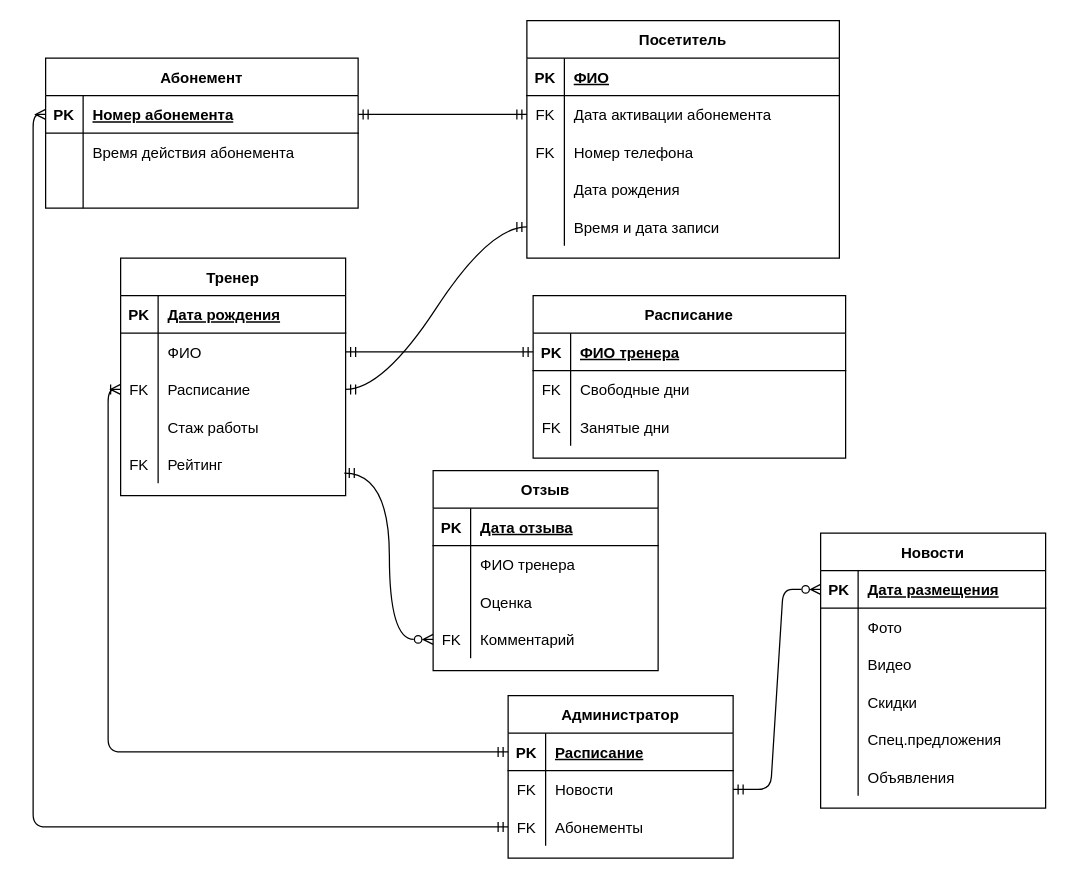
Before: ER-диаграмма 2.drawio in yuliapyrikova/-, a draw.io diagram. Source tidied: cells renumbered, new cells numbered last; positions are measured from the earlier drawing's top-left corner, leaving out a move shared by most shapes. Both pictures are drawn from the tidied source at 125%, with x=0, y=0 at pixel (45, 20).
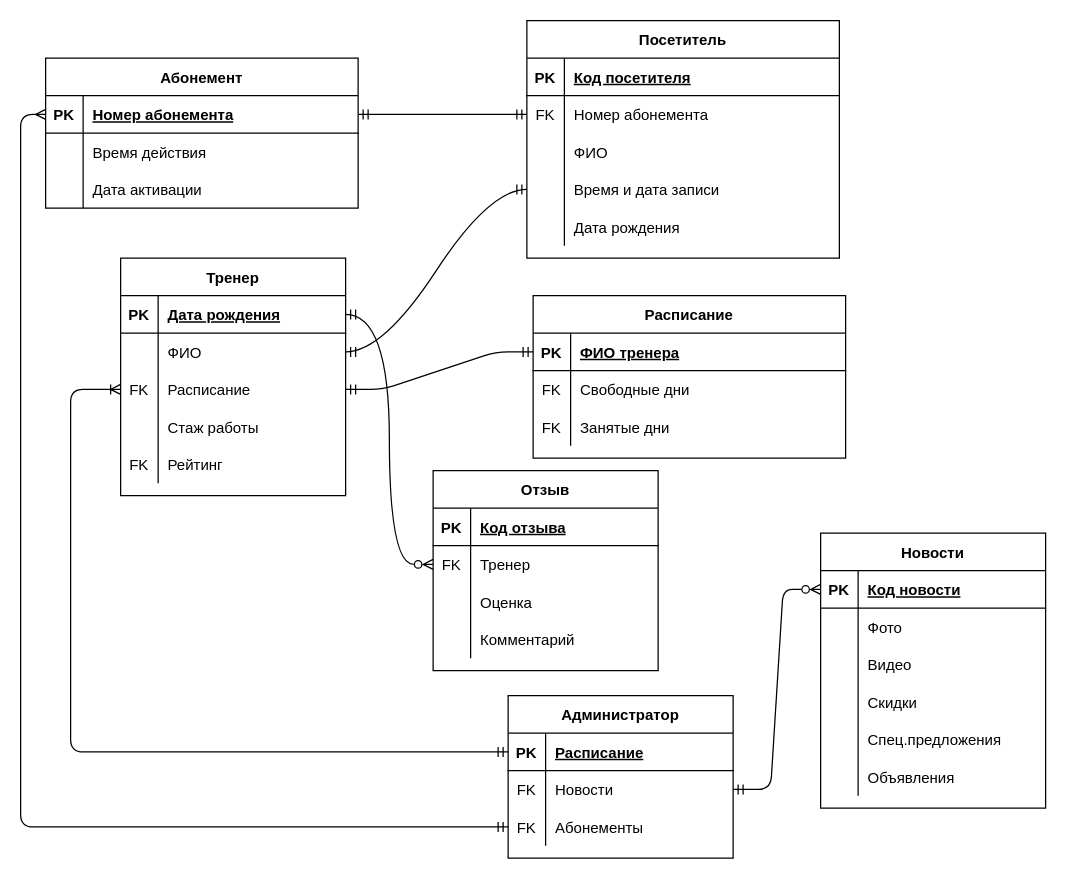
The same diagram, later.

Unchanged cells that the change refers to:
```xml
<mxCell id="2" value="Посетитель" style="shape=table;startSize=30;childLayout=tableLayout;rowLines=0;fontStyle=1;align=center;" parent="1" vertex="1">
  <mxGeometry x="385" width="250" height="190" as="geometry" />
</mxCell>
<mxCell id="3" style="shape=partialRectangle;fillColor=none;top=0;left=0;right=0;bottom=1;" parent="2" vertex="1">
  <mxGeometry y="30" width="250" height="30" as="geometry" />
</mxCell>
<mxCell id="19" style="shape=partialRectangle;fillColor=none;points=[[0,0.5],[1,0.5]];portConstraint=eastwest;top=0;left=0;right=0;bottom=1;" parent="18" vertex="1">
  <mxGeometry y="30" width="250" height="30" as="geometry" />
</mxCell>
<mxCell id="29" style="shape=partialRectangle;fillColor=none;points=[[0,0.5],[1,0.5]];portConstraint=eastwest;top=0;left=0;right=0;bottom=1;" parent="28" vertex="1">
  <mxGeometry y="30" width="250" height="30" as="geometry" />
</mxCell>
<mxCell id="32" style="shape=partialRectangle;fillColor=none;top=0;left=0;bottom=0;right=0;" parent="28" vertex="1">
  <mxGeometry y="60" width="250" height="30" as="geometry" />
</mxCell>
<mxCell id="35" style="shape=partialRectangle;fillColor=none;top=0;left=0;bottom=0;right=0;" parent="28" vertex="1">
  <mxGeometry y="90" width="250" height="30" as="geometry" />
</mxCell>
<mxCell id="40" style="shape=partialRectangle;fillColor=none;top=0;left=0;bottom=1;right=0;points=[[0,0.5],[1,0.5]];portConstraint=eastwest;" parent="39" vertex="1">
  <mxGeometry y="30" width="180" height="30" as="geometry" />
</mxCell>
<mxCell id="43" style="shape=partialRectangle;fillColor=none;top=0;left=0;bottom=0;right=0;points=[[0,0.5],[1,0.5]];portConstraint=eastwest;" parent="39" vertex="1">
  <mxGeometry y="60" width="180" height="30" as="geometry" />
</mxCell>
<mxCell id="46" style="shape=partialRectangle;fillColor=none;top=0;left=0;bottom=0;right=0;points=[[0,0.5],[1,0.5]];portConstraint=eastwest;" parent="39" vertex="1">
  <mxGeometry y="90" width="180" height="30" as="geometry" />
</mxCell>
<mxCell id="52" style="shape=partialRectangle;fillColor=none;top=0;left=0;bottom=0;right=0;points=[[0,0.5],[1,0.5]];portConstraint=eastwest;" parent="39" vertex="1">
  <mxGeometry y="150" width="180" height="30" as="geometry" />
</mxCell>
<mxCell id="57" style="shape=partialRectangle;fillColor=none;top=0;left=0;bottom=1;right=0;" parent="56" vertex="1">
  <mxGeometry y="30" width="180" height="30" as="geometry" />
</mxCell>
<mxCell id="60" style="shape=partialRectangle;fillColor=none;top=0;left=0;bottom=0;right=0;points=[[0,0.5],[1,0.5]];portConstraint=eastwest;" parent="56" vertex="1">
  <mxGeometry y="60" width="180" height="30" as="geometry" />
</mxCell>
<mxCell id="66" style="shape=partialRectangle;fillColor=none;top=0;left=0;bottom=0;right=0;points=[[0,0.5],[1,0.5]];portConstraint=eastwest;" parent="56" vertex="1">
  <mxGeometry y="120" width="180" height="30" as="geometry" />
</mxCell>
<mxCell id="70" style="shape=partialRectangle;fillColor=none;top=0;left=0;bottom=1;right=0;points=[[0,0.5],[1,0.5]];portConstraint=eastwest;" parent="69" vertex="1">
  <mxGeometry y="30" width="180" height="30" as="geometry" />
</mxCell>
<mxCell id="90" style="shape=partialRectangle;fillColor=none;top=0;left=0;bottom=1;right=0;points=[[0,0.5],[1,0.5]];portConstraint=eastwest;" parent="89" vertex="1">
  <mxGeometry y="30" width="180" height="30" as="geometry" />
</mxCell>
<mxCell id="96" style="shape=partialRectangle;fillColor=none;top=0;left=0;bottom=0;right=0;points=[[0,0.5],[1,0.5]];portConstraint=eastwest;" parent="89" vertex="1">
  <mxGeometry y="90" width="180" height="30" as="geometry" />
</mxCell>
```

Change to the diagram source:
```diff
@@
-    <mxCell id="5" value="ФИО" style="shape=partialRectangle;overflow=hidden;fillColor=none;top=0;left=0;bottom=0;right=0;align=left;spacingLeft=6;fontStyle=5;" parent="3" vertex="1">
+    <mxCell id="5" value="Код посетителя" style="shape=partialRectangle;overflow=hidden;fillColor=none;top=0;left=0;bottom=0;right=0;align=left;spacingLeft=6;fontStyle=5;" parent="3" vertex="1">
       <mxGeometry x="30" width="220" height="30" as="geometry" />
     </mxCell>
-    <mxCell id="6" style="shape=partialRectangle;fillColor=none;points=[[0,0.5],[1,0.5]];portConstraint=eastwest;top=0;left=0;right=0;bottom=0;" parent="2" vertex="1">
-      <mxGeometry y="60" width="250" height="30" as="geometry" />
-    </mxCell>
-    <mxCell id="7" value="FK" style="shape=partialRectangle;overflow=hidden;fillColor=none;top=0;left=0;bottom=0;right=0;" parent="6" vertex="1">
-      <mxGeometry width="30" height="30" as="geometry" />
-    </mxCell>
-    <mxCell id="8" value="Дата активации абонемента" style="shape=partialRectangle;overflow=hidden;fillColor=none;top=0;left=0;bottom=0;right=0;align=left;spacingLeft=6;" parent="6" vertex="1">
-      <mxGeometry x="30" width="220" height="30" as="geometry" />
-    </mxCell>
     <mxCell id="9" style="shape=partialRectangle;fillColor=none;top=0;left=0;right=0;bottom=0;" parent="2" vertex="1">
-      <mxGeometry y="90" width="250" height="30" as="geometry" />
+      <mxGeometry y="60" width="250" height="30" as="geometry" />
     </mxCell>
@@
-    <mxCell id="11" value="Номер телефона" style="shape=partialRectangle;overflow=hidden;fillColor=none;top=0;left=0;bottom=0;right=0;align=left;spacingLeft=6;" parent="9" vertex="1">
+    <mxCell id="11" value="Номер абонемента" style="shape=partialRectangle;overflow=hidden;fillColor=none;top=0;left=0;bottom=0;right=0;align=left;spacingLeft=6;" parent="9" vertex="1">
       <mxGeometry x="30" width="220" height="30" as="geometry" />
     </mxCell>
     <mxCell id="12" style="shape=partialRectangle;fillColor=none;top=0;left=0;bottom=0;right=0;" parent="2" vertex="1">
-      <mxGeometry y="120" width="250" height="30" as="geometry" />
+      <mxGeometry y="90" width="250" height="30" as="geometry" />
     </mxCell>
@@
-    <mxCell id="14" value="Дата рождения" style="shape=partialRectangle;fillColor=none;top=0;left=0;bottom=0;right=0;align=left;spacingLeft=6;overflow=hidden;" parent="12" vertex="1">
+    <mxCell id="14" value="ФИО" style="shape=partialRectangle;fillColor=none;top=0;left=0;bottom=0;right=0;align=left;spacingLeft=6;overflow=hidden;" parent="12" vertex="1">
       <mxGeometry x="30" width="220" height="30" as="geometry" />
     </mxCell>
     <mxCell id="15" style="shape=partialRectangle;fillColor=none;top=0;left=0;bottom=0;right=0;points=[[0,0.5],[1,0.5]];portConstraint=eastwest;" parent="2" vertex="1">
-      <mxGeometry y="150" width="250" height="30" as="geometry" />
+      <mxGeometry y="120" width="250" height="30" as="geometry" />
     </mxCell>
@@
+    <mxCell id="103" style="shape=partialRectangle;fillColor=none;top=0;left=0;bottom=0;right=0;" parent="2" vertex="1">
+      <mxGeometry y="150" width="250" height="30" as="geometry" />
+    </mxCell>
+    <mxCell id="104" style="shape=partialRectangle;fillColor=none;top=0;left=0;bottom=0;right=0;overflow=hidden;" parent="103" vertex="1">
+      <mxGeometry width="30" height="30" as="geometry" />
+    </mxCell>
+    <mxCell id="105" value="Дата рождения" style="shape=partialRectangle;fillColor=none;top=0;left=0;bottom=0;right=0;align=left;spacingLeft=6;overflow=hidden;" parent="103" vertex="1">
+      <mxGeometry x="30" width="220" height="30" as="geometry" />
+    </mxCell>
@@
-    <mxCell id="34" value="Время действия абонемента" style="shape=partialRectangle;fillColor=none;top=0;left=0;bottom=0;right=0;align=left;spacingLeft=6;overflow=hidden;" parent="32" vertex="1">
+    <mxCell id="34" value="Время действия " style="shape=partialRectangle;fillColor=none;top=0;left=0;bottom=0;right=0;align=left;spacingLeft=6;overflow=hidden;" parent="32" vertex="1">
       <mxGeometry x="30" width="220" height="30" as="geometry" />
     </mxCell>
@@
-    <mxCell id="37" style="shape=partialRectangle;fillColor=none;top=0;left=0;bottom=0;right=0;align=left;spacingLeft=6;overflow=hidden;" parent="35" vertex="1">
+    <mxCell id="37" value="Дата активации" style="shape=partialRectangle;fillColor=none;top=0;left=0;bottom=0;right=0;align=left;spacingLeft=6;overflow=hidden;" parent="35" vertex="1">
       <mxGeometry x="30" width="220" height="30" as="geometry" />
     </mxCell>
-    <mxCell id="38" style="edgeStyle=entityRelationEdgeStyle;fontSize=12;html=1;endArrow=ERmandOne;startArrow=ERmandOne;exitX=1;exitY=0.5;exitDx=0;exitDy=0;entryX=0;entryY=0.5;entryDx=0;entryDy=0;" parent="1" edge="1" source="29" target="6">
-      <mxGeometry relative="1" as="geometry" />
+    <mxCell id="38" style="edgeStyle=entityRelationEdgeStyle;fontSize=12;html=1;endArrow=ERmandOne;startArrow=ERmandOne;exitX=1;exitY=0.5;exitDx=0;exitDy=0;entryX=0;entryY=0.5;entryDx=0;entryDy=0;" parent="1" edge="1" source="29">
+      <mxGeometry relative="1" as="geometry">
+        <mxPoint x="385" y="75" as="targetPoint" />
+      </mxGeometry>
     </mxCell>
@@
-    <mxCell id="55" style="edgeStyle=entityRelationEdgeStyle;fontSize=12;html=1;endArrow=ERmandOne;startArrow=ERmandOne;exitX=1;exitY=0.5;exitDx=0;exitDy=0;entryX=0;entryY=0.5;entryDx=0;entryDy=0;jumpStyle=sharp;" parent="1" edge="1" source="43" target="19">
+    <mxCell id="55" style="edgeStyle=entityRelationEdgeStyle;fontSize=12;html=1;endArrow=ERmandOne;startArrow=ERmandOne;entryX=0;entryY=0.5;entryDx=0;entryDy=0;jumpStyle=sharp;" parent="1" edge="1" source="46" target="19">
       <mxGeometry relative="1" as="geometry" />
     </mxCell>
@@
-    <mxCell id="59" value="Дата отзыва" style="shape=partialRectangle;fillColor=none;top=0;left=0;bottom=0;right=0;align=left;spacingLeft=6;fontStyle=5;overflow=hidden;" parent="57" vertex="1">
+    <mxCell id="59" value="Код отзыва" style="shape=partialRectangle;fillColor=none;top=0;left=0;bottom=0;right=0;align=left;spacingLeft=6;fontStyle=5;overflow=hidden;" parent="57" vertex="1">
       <mxGeometry x="30" width="150" height="30" as="geometry" />
     </mxCell>
@@
-    <mxCell id="61" style="shape=partialRectangle;fillColor=none;top=0;left=0;bottom=0;right=0;overflow=hidden;" parent="60" vertex="1">
+    <mxCell id="61" value="FK" style="shape=partialRectangle;fillColor=none;top=0;left=0;bottom=0;right=0;overflow=hidden;" parent="60" vertex="1">
       <mxGeometry width="30" height="30" as="geometry" />
     </mxCell>
-    <mxCell id="62" value="ФИО тренера" style="shape=partialRectangle;fillColor=none;top=0;left=0;bottom=0;right=0;align=left;spacingLeft=6;overflow=hidden;" parent="60" vertex="1">
+    <mxCell id="62" value="Тренер" style="shape=partialRectangle;fillColor=none;top=0;left=0;bottom=0;right=0;align=left;spacingLeft=6;overflow=hidden;" parent="60" vertex="1">
       <mxGeometry x="30" width="150" height="30" as="geometry" />
     </mxCell>
@@
-    <mxCell id="67" value="FK" style="shape=partialRectangle;fillColor=none;top=0;left=0;bottom=0;right=0;overflow=hidden;" parent="66" vertex="1">
+    <mxCell id="67" style="shape=partialRectangle;fillColor=none;top=0;left=0;bottom=0;right=0;overflow=hidden;" parent="66" vertex="1">
       <mxGeometry width="30" height="30" as="geometry" />
     </mxCell>
@@
-    <mxCell id="72" value="Дата размещения" style="shape=partialRectangle;fillColor=none;top=0;left=0;bottom=0;right=0;align=left;spacingLeft=6;fontStyle=5;overflow=hidden;" parent="70" vertex="1">
+    <mxCell id="72" value="Код новости" style="shape=partialRectangle;fillColor=none;top=0;left=0;bottom=0;right=0;align=left;spacingLeft=6;fontStyle=5;overflow=hidden;" parent="70" vertex="1">
       <mxGeometry x="30" width="150" height="30" as="geometry" />
     </mxCell>
@@
-    <mxCell id="88" style="edgeStyle=orthogonalEdgeStyle;fontSize=12;html=1;endArrow=ERzeroToMany;startArrow=ERmandOne;exitX=0.994;exitY=0.733;exitDx=0;exitDy=0;jumpStyle=sharp;endFill=0;elbow=vertical;entryX=0;entryY=0.5;entryDx=0;entryDy=0;exitPerimeter=0;curved=1;" parent="1" edge="1" source="52" target="66">
+    <mxCell id="88" style="edgeStyle=orthogonalEdgeStyle;fontSize=12;html=1;endArrow=ERzeroToMany;startArrow=ERmandOne;jumpStyle=sharp;endFill=0;elbow=vertical;curved=1;" parent="1" edge="1" source="40" target="60">
       <mxGeometry relative="1" as="geometry" />
     </mxCell>
@@
     <mxCell id="99" style="edgeStyle=orthogonalEdgeStyle;fontSize=12;html=1;endArrow=ERmandOne;startArrow=ERoneToMany;entryX=0;entryY=0.5;entryDx=0;entryDy=0;exitX=0;exitY=0.5;exitDx=0;exitDy=0;jumpStyle=sharp;startFill=0;" parent="1" edge="1" source="46" target="90">
-      <mxGeometry relative="1" as="geometry" />
+      <mxGeometry relative="1" as="geometry">
+        <Array as="points">
+          <mxPoint x="20" y="295" />
+          <mxPoint x="20" y="585" />
+        </Array>
+      </mxGeometry>
     </mxCell>
@@
     <mxCell id="101" style="edgeStyle=orthogonalEdgeStyle;fontSize=12;html=1;endArrow=ERmandOne;startArrow=ERmany;entryX=0;entryY=0.5;entryDx=0;entryDy=0;exitX=0;exitY=0.5;exitDx=0;exitDy=0;startFill=0;" parent="1" edge="1" source="29" target="96">
-      <mxGeometry relative="1" as="geometry" />
+      <mxGeometry relative="1" as="geometry">
+        <Array as="points">
+          <mxPoint x="-20" y="75" />
+          <mxPoint x="-20" y="645" />
+        </Array>
+      </mxGeometry>
     </mxCell>
-    <mxCell id="102" style="edgeStyle=entityRelationEdgeStyle;fontSize=12;html=1;endArrow=ERmandOne;startArrow=ERmandOne;rounded=0;curved=1;elbow=vertical;entryX=0;entryY=0.5;entryDx=0;entryDy=0;" parent="1" edge="1" source="46" target="15">
+    <mxCell id="102" style="edgeStyle=entityRelationEdgeStyle;fontSize=12;html=1;endArrow=ERmandOne;startArrow=ERmandOne;rounded=0;curved=1;elbow=vertical;entryX=0;entryY=0.5;entryDx=0;entryDy=0;" parent="1" edge="1" source="43" target="15">
       <mxGeometry relative="1" as="geometry" />
     </mxCell>
```
